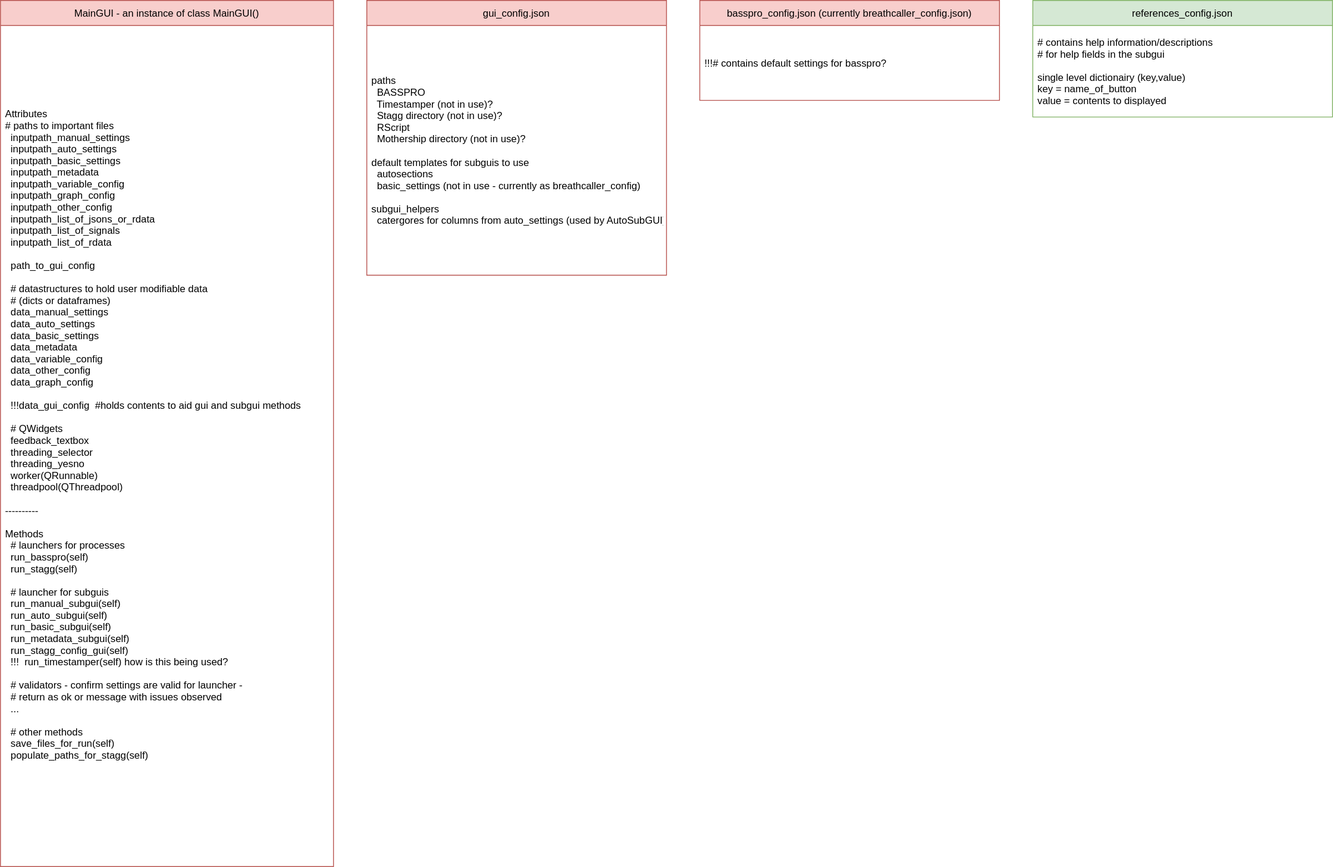
The draw.io diagram Untitled Diagram.drawio.svg in MolecularNeurobiology/Breathe_Easy, before a commit. Source tidied: cells renumbered, new cells last; positions are measured from the earlier drawing's top-left corner, leaving out a move shared by most shapes. The source it was exported from:
```xml
<mxGraphModel>
  <root>
    <mxCell id="0" />
    <mxCell id="1" parent="0" />
    <mxCell id="2" value="MainGUI - an instance of class MainGUI()" style="swimlane;fontStyle=0;horizontal=1;startSize=30;fillColor=#f8cecc;strokeColor=#b85450;" parent="1" vertex="1">
      <mxGeometry width="400" height="1040" as="geometry" />
    </mxCell>
    <mxCell id="3" value="Attributes&#10;# paths to important files&#10;  inputpath_manual_settings&#10;  inputpath_auto_settings&#10;  inputpath_basic_settings&#10;  inputpath_metadata&#10;  inputpath_variable_config&#10;  inputpath_graph_config&#10;  inputpath_other_config&#10;  inputpath_list_of_jsons_or_rdata&#10;  inputpath_list_of_signals&#10;  inputpath_list_of_rdata&#10;&#10;  path_to_gui_config&#10;&#10;  # datastructures to hold user modifiable data&#10;  # (dicts or dataframes)&#10;  data_manual_settings&#10;  data_auto_settings&#10;  data_basic_settings&#10;  data_metadata&#10;  data_variable_config&#10;  data_other_config&#10;  data_graph_config&#10;&#10;  !!!data_gui_config  #holds contents to aid gui and subgui methods&#10;  &#10;  # QWidgets&#10;  feedback_textbox&#10;  threading_selector&#10;  threading_yesno&#10;  worker(QRunnable)&#10;  threadpool(QThreadpool)&#10;&#10;----------&#10;&#10;Methods&#10;  # launchers for processes&#10;  run_basspro(self)&#10;  run_stagg(self)&#10;  &#10;  # launcher for subguis&#10;  run_manual_subgui(self)&#10;  run_auto_subgui(self)&#10;  run_basic_subgui(self)&#10;  run_metadata_subgui(self)&#10;  run_stagg_config_gui(self)&#10;  !!!  run_timestamper(self) how is this being used?&#10;&#10;  # validators - confirm settings are valid for launcher - &#10;  # return as ok or message with issues observed&#10;  ...&#10;&#10;  # other methods&#10;  save_files_for_run(self)&#10;  populate_paths_for_stagg(self)&#10;&#10;  " style="text;strokeColor=none;fillColor=none;align=left;verticalAlign=middle;spacingLeft=4;spacingRight=4;overflow=hidden;" parent="2" vertex="1">
      <mxGeometry y="30" width="400" height="1010" as="geometry" />
    </mxCell>
    <mxCell id="4" value="gui_config.json" style="swimlane;fontStyle=0;horizontal=1;startSize=30;fillColor=#f8cecc;strokeColor=#b85450;" parent="1" vertex="1">
      <mxGeometry x="440" width="360" height="330" as="geometry" />
    </mxCell>
    <mxCell id="5" value="paths&#10;  BASSPRO&#10;  Timestamper (not in use)?&#10;  Stagg directory (not in use)?&#10;  RScript&#10;  Mothership directory (not in use)?&#10;&#10;default templates for subguis to use&#10;  autosections&#10;  basic_settings (not in use - currently as breathcaller_config)&#10;&#10;subgui_helpers&#10;  catergores for columns from auto_settings (used by AutoSubGUI)" style="text;strokeColor=none;fillColor=none;align=left;verticalAlign=middle;spacingLeft=4;spacingRight=4;overflow=hidden;" parent="4" vertex="1">
      <mxGeometry y="30" width="360" height="300" as="geometry" />
    </mxCell>
    <mxCell id="6" value="references_config.json" style="swimlane;fontStyle=0;horizontal=1;startSize=30;fillColor=#d5e8d4;strokeColor=#82b366;" parent="1" vertex="1">
      <mxGeometry x="1240" width="360" height="140" as="geometry" />
    </mxCell>
    <mxCell id="7" value="# contains help information/descriptions &#10;# for help fields in the subgui&#10;&#10;single level dictionairy (key,value) &#10;key = name_of_button &#10;value = contents to displayed" style="text;strokeColor=none;fillColor=none;align=left;verticalAlign=middle;spacingLeft=4;spacingRight=4;overflow=hidden;" parent="6" vertex="1">
      <mxGeometry y="30" width="360" height="110" as="geometry" />
    </mxCell>
    <mxCell id="8" value="basspro_config.json (currently breathcaller_config.json)" style="swimlane;fontStyle=0;horizontal=1;startSize=30;fillColor=#f8cecc;strokeColor=#b85450;" parent="1" vertex="1">
      <mxGeometry x="840" width="360" height="120" as="geometry" />
    </mxCell>
    <mxCell id="9" value="!!!# contains default settings for basspro?" style="text;strokeColor=none;fillColor=none;align=left;verticalAlign=middle;spacingLeft=4;spacingRight=4;overflow=hidden;" parent="8" vertex="1">
      <mxGeometry y="30" width="360" height="90" as="geometry" />
    </mxCell>
  </root>
</mxGraphModel>
```
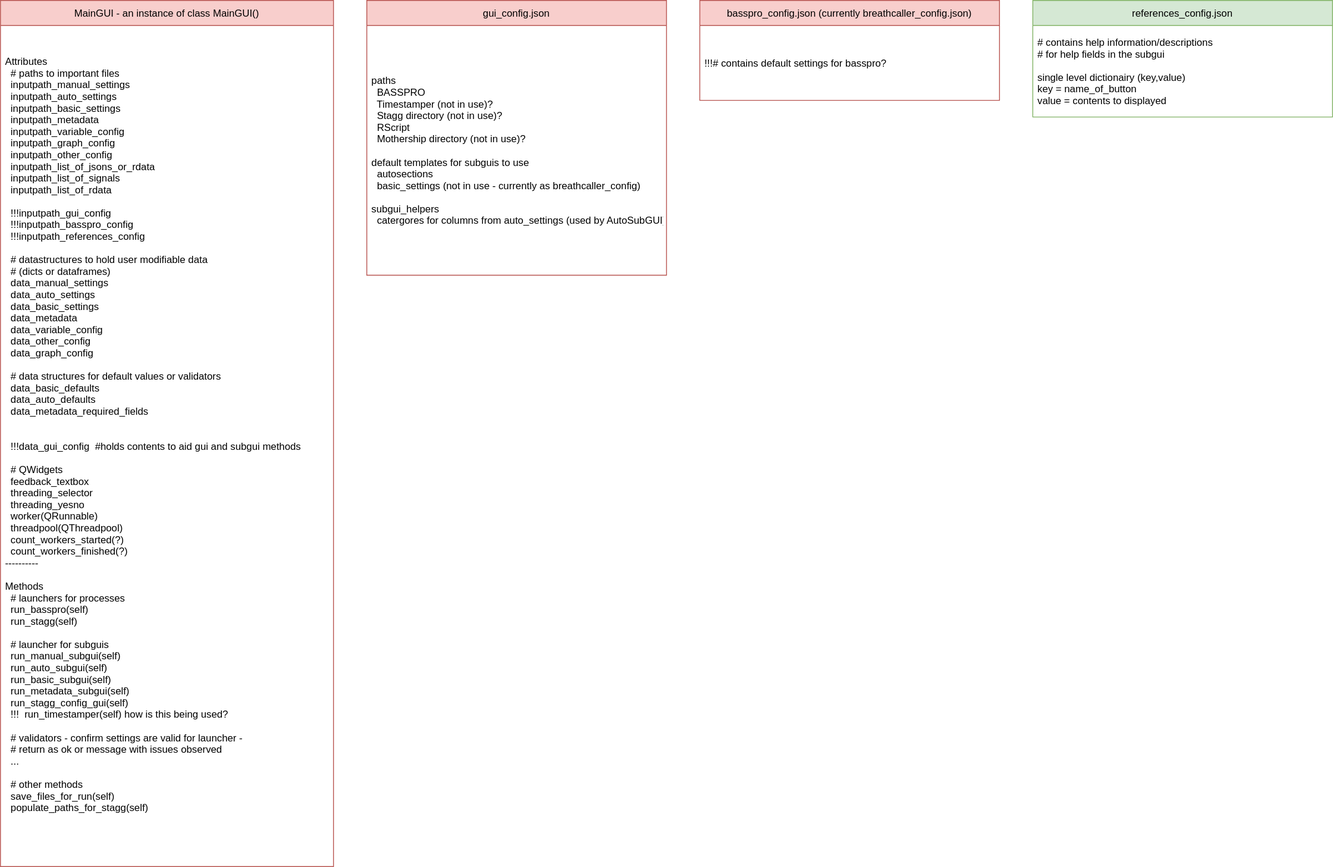
After the commit.

Commit message:
started update for holder for default values

What changed in the source:
```diff
@@ -5,7 +5,7 @@
     <mxCell id="2" value="MainGUI - an instance of class MainGUI()" style="swimlane;fontStyle=0;horizontal=1;startSize=30;fillColor=#f8cecc;strokeColor=#b85450;" parent="1" vertex="1">
       <mxGeometry width="400" height="1040" as="geometry" />
     </mxCell>
-    <mxCell id="3" value="Attributes&#10;# paths to important files&#10;  inputpath_manual_settings&#10;  inputpath_auto_settings&#10;  inputpath_basic_settings&#10;  inputpath_metadata&#10;  inputpath_variable_config&#10;  inputpath_graph_config&#10;  inputpath_other_config&#10;  inputpath_list_of_jsons_or_rdata&#10;  inputpath_list_of_signals&#10;  inputpath_list_of_rdata&#10;&#10;  path_to_gui_config&#10;&#10;  # datastructures to hold user modifiable data&#10;  # (dicts or dataframes)&#10;  data_manual_settings&#10;  data_auto_settings&#10;  data_basic_settings&#10;  data_metadata&#10;  data_variable_config&#10;  data_other_config&#10;  data_graph_config&#10;&#10;  !!!data_gui_config  #holds contents to aid gui and subgui methods&#10;  &#10;  # QWidgets&#10;  feedback_textbox&#10;  threading_selector&#10;  threading_yesno&#10;  worker(QRunnable)&#10;  threadpool(QThreadpool)&#10;&#10;----------&#10;&#10;Methods&#10;  # launchers for processes&#10;  run_basspro(self)&#10;  run_stagg(self)&#10;  &#10;  # launcher for subguis&#10;  run_manual_subgui(self)&#10;  run_auto_subgui(self)&#10;  run_basic_subgui(self)&#10;  run_metadata_subgui(self)&#10;  run_stagg_config_gui(self)&#10;  !!!  run_timestamper(self) how is this being used?&#10;&#10;  # validators - confirm settings are valid for launcher - &#10;  # return as ok or message with issues observed&#10;  ...&#10;&#10;  # other methods&#10;  save_files_for_run(self)&#10;  populate_paths_for_stagg(self)&#10;&#10;  " style="text;strokeColor=none;fillColor=none;align=left;verticalAlign=middle;spacingLeft=4;spacingRight=4;overflow=hidden;" parent="2" vertex="1">
+    <mxCell id="3" value="Attributes&#10;  # paths to important files&#10;  inputpath_manual_settings&#10;  inputpath_auto_settings&#10;  inputpath_basic_settings&#10;  inputpath_metadata&#10;  inputpath_variable_config&#10;  inputpath_graph_config&#10;  inputpath_other_config&#10;  inputpath_list_of_jsons_or_rdata&#10;  inputpath_list_of_signals&#10;  inputpath_list_of_rdata&#10;&#10;  !!!inputpath_gui_config&#10;  !!!inputpath_basspro_config&#10;  !!!inputpath_references_config&#10;&#10;  # datastructures to hold user modifiable data&#10;  # (dicts or dataframes)&#10;  data_manual_settings&#10;  data_auto_settings&#10;  data_basic_settings&#10;  data_metadata&#10;  data_variable_config&#10;  data_other_config&#10;  data_graph_config&#10;&#10;  # data structures for default values or validators&#10;  data_basic_defaults &#10;  data_auto_defaults&#10;  data_metadata_required_fields&#10;  &#10;&#10;  !!!data_gui_config  #holds contents to aid gui and subgui methods&#10;  &#10;  # QWidgets&#10;  feedback_textbox&#10;  threading_selector&#10;  threading_yesno&#10;  worker(QRunnable)&#10;  threadpool(QThreadpool)&#10;  count_workers_started(?)&#10;  count_workers_finished(?)&#10;----------&#10;&#10;Methods&#10;  # launchers for processes&#10;  run_basspro(self)&#10;  run_stagg(self)&#10;  &#10;  # launcher for subguis&#10;  run_manual_subgui(self)&#10;  run_auto_subgui(self)&#10;  run_basic_subgui(self)&#10;  run_metadata_subgui(self)&#10;  run_stagg_config_gui(self)&#10;  !!!  run_timestamper(self) how is this being used?&#10;&#10;  # validators - confirm settings are valid for launcher - &#10;  # return as ok or message with issues observed&#10;  ...&#10;&#10;  # other methods&#10;  save_files_for_run(self)&#10;  populate_paths_for_stagg(self)&#10;&#10;  " style="text;strokeColor=none;fillColor=none;align=left;verticalAlign=middle;spacingLeft=4;spacingRight=4;overflow=hidden;" parent="2" vertex="1">
       <mxGeometry y="30" width="400" height="1010" as="geometry" />
     </mxCell>
     <mxCell id="4" value="gui_config.json" style="swimlane;fontStyle=0;horizontal=1;startSize=30;fillColor=#f8cecc;strokeColor=#b85450;" parent="1" vertex="1">
```
